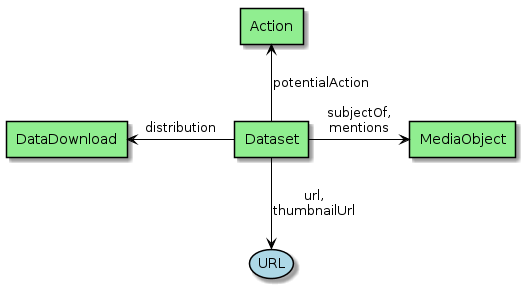
eovoc/eo-on-schema.org keeps this PlantUML diagram as series/diagrams/RelatedUrl.png. Above is the earlier version.
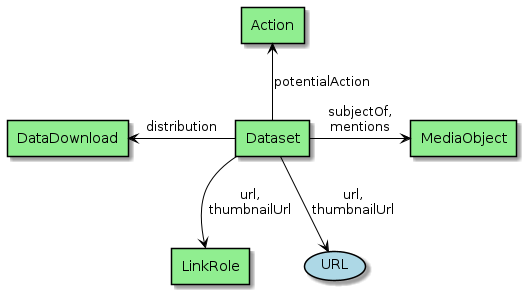
After the commit.

Change to the diagram source:
```diff
@@ -1,24 +1,28 @@
 @startuml
+!define Class agent
+!define Property usecase
 
-skinparam usecase {
+skinparam Property {
 BackgroundColor LightBlue
 BorderColor Black
   ArrowColor Black
   linetype Ortho
 }
 
-skinparam agent {
+skinparam Class {
 BackgroundColor LightGreen
 BorderColor Black
 ArrowColor Black
 linetype Ortho
 }
 
-agent Dataset
-agent DataDownload
-agent MediaObject
-agent Action
+Class Dataset
+Class DataDownload
+Class MediaObject
+Class Action
+Class LinkRole
 
+Dataset -down-> LinkRole : "url,\nthumbnailUrl"
 
 Dataset -down-> (URL) : "url,\nthumbnailUrl"
 
```
